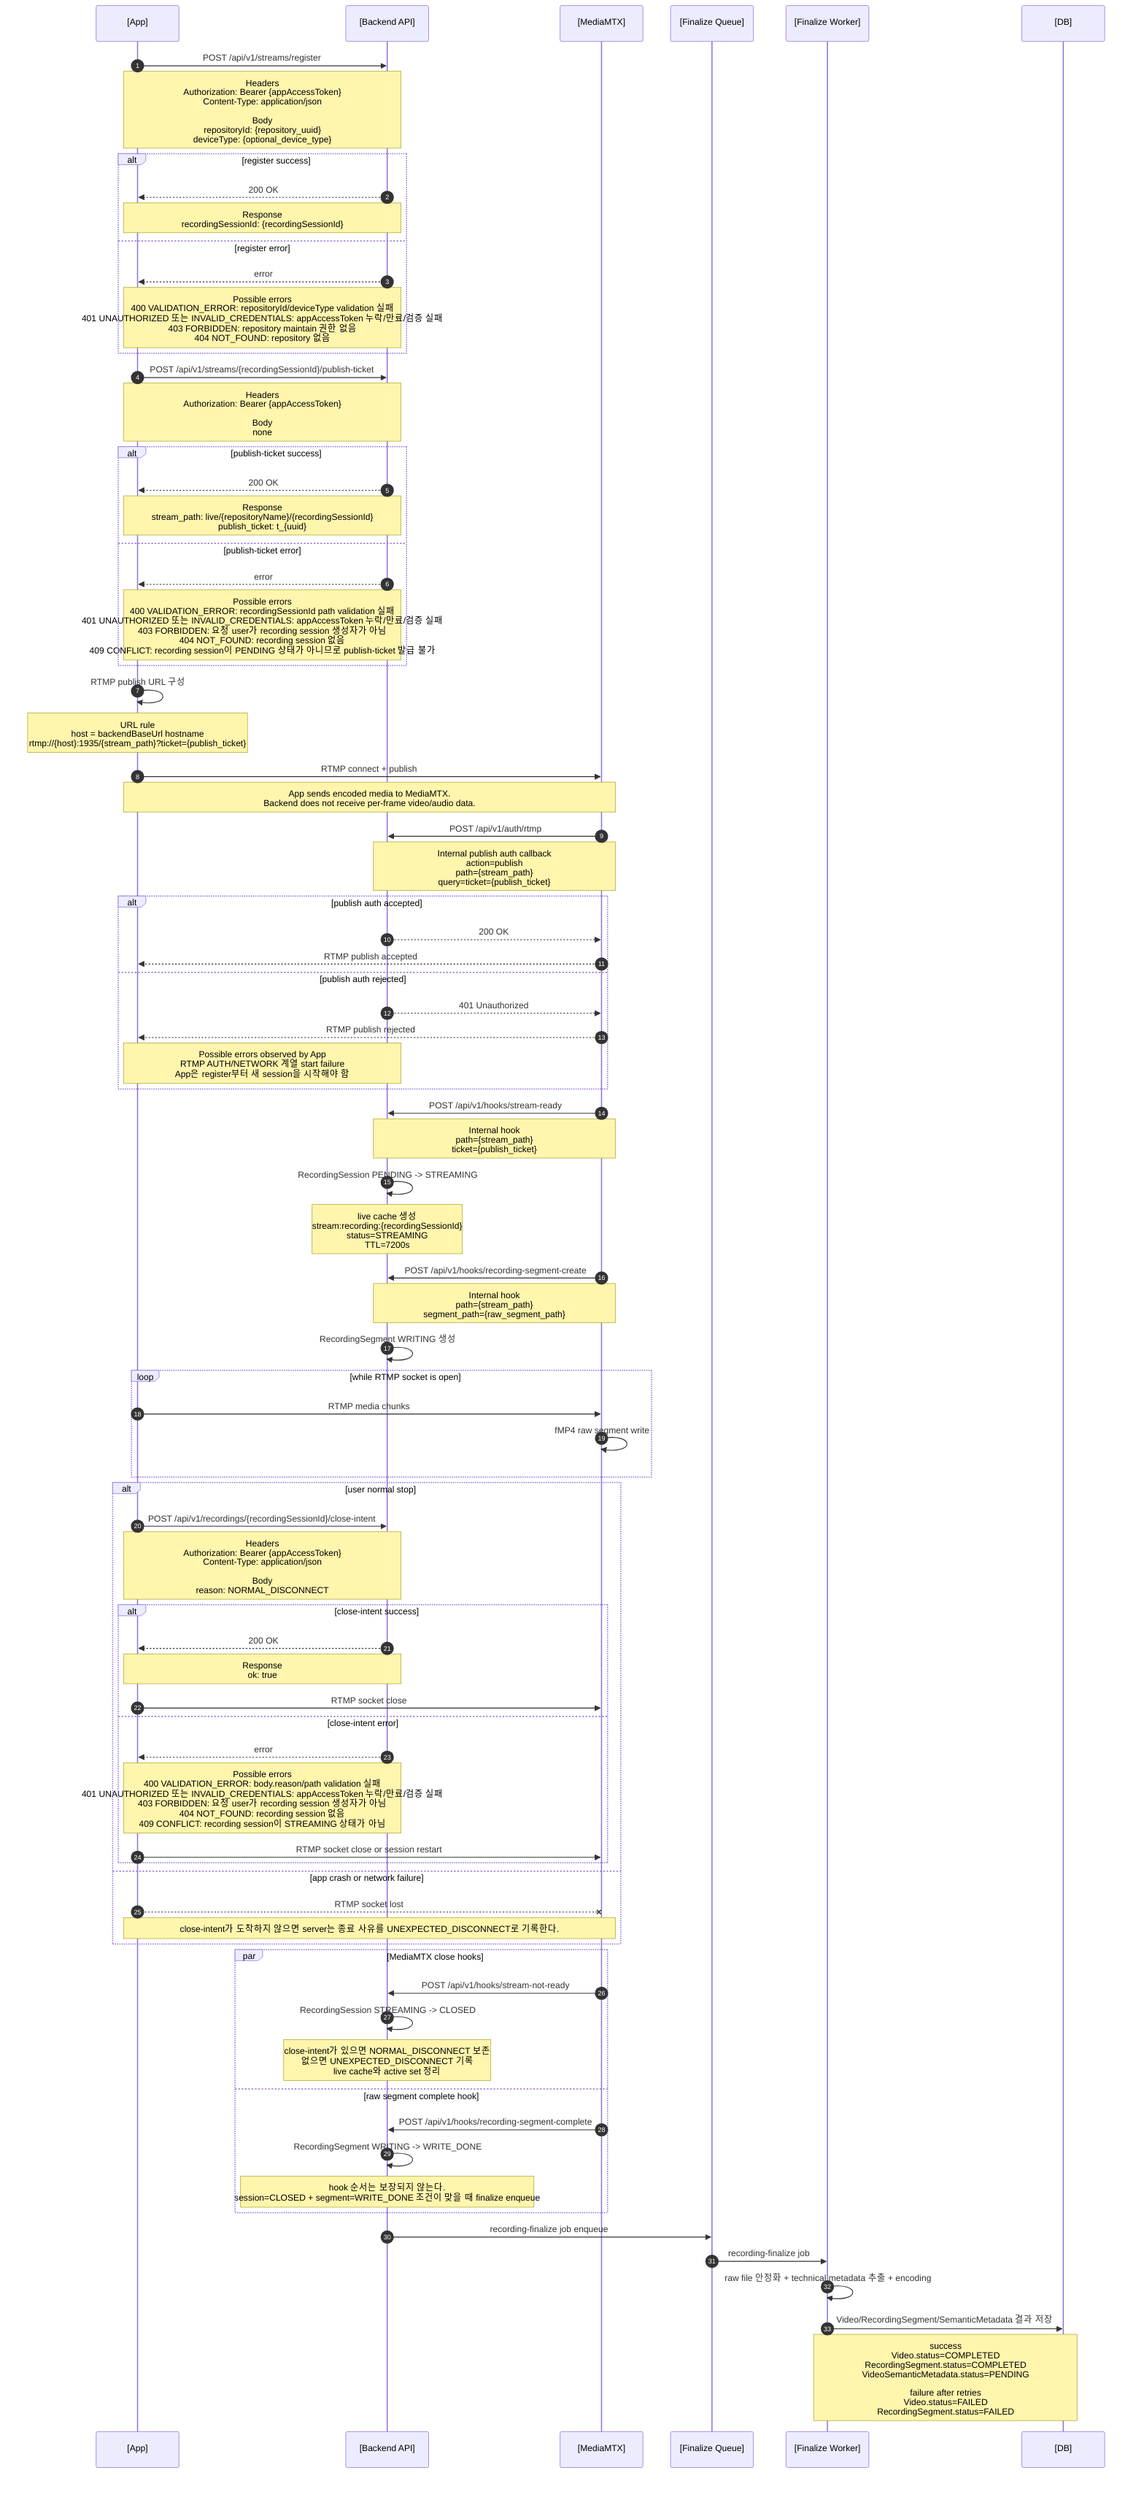
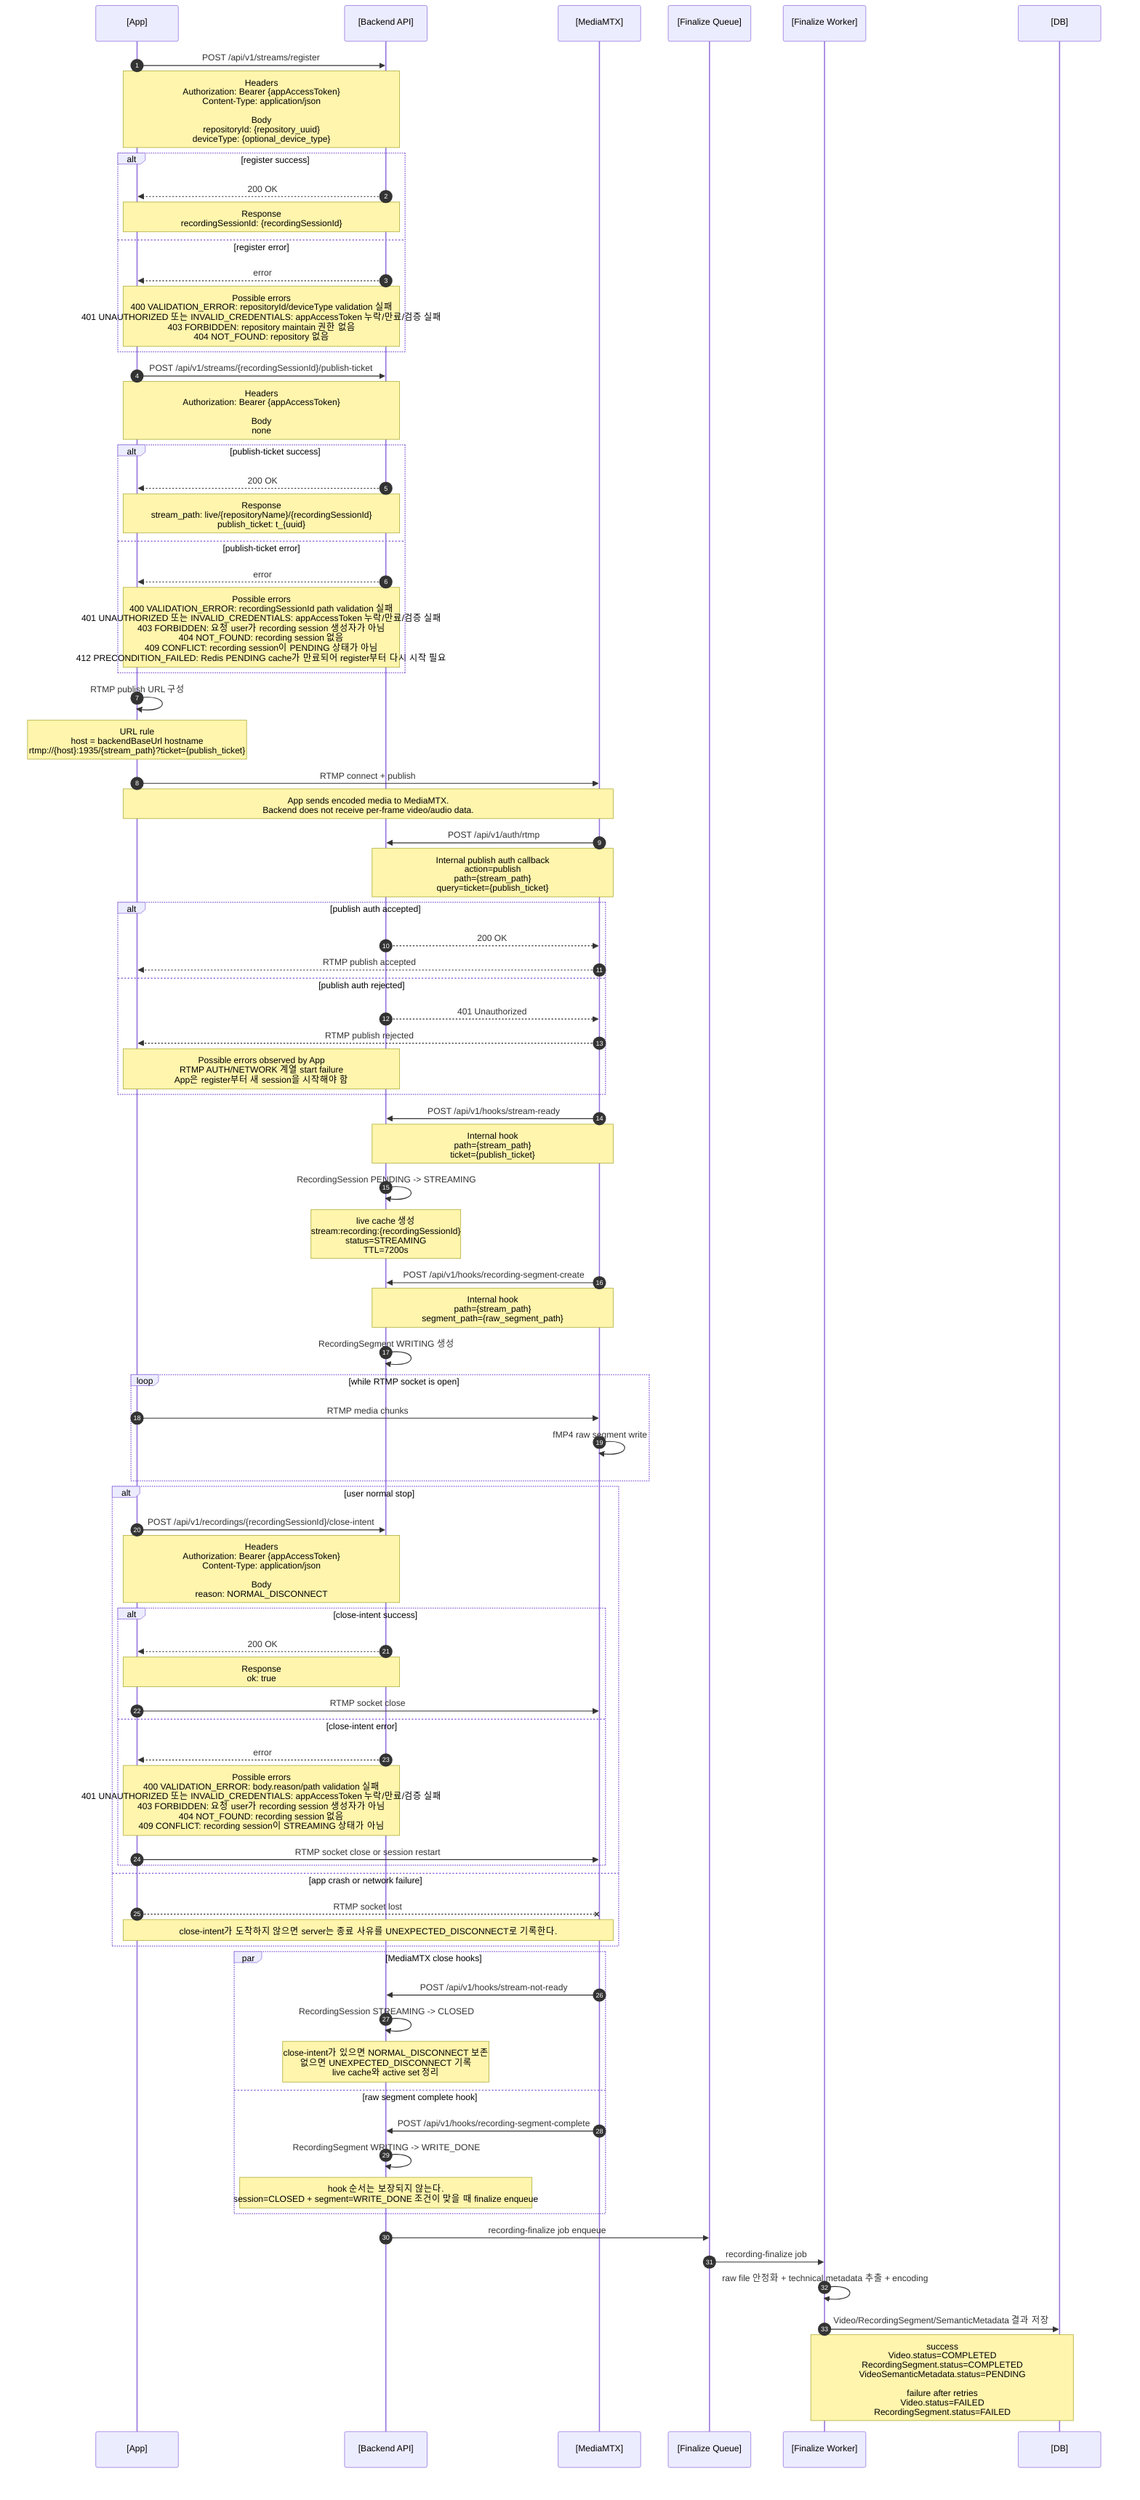
sequenceDiagram
  autonumber
  participant App as [App]
  participant Server as [Backend API]
  participant MTX as [MediaMTX]
  participant Queue as [Finalize Queue]
  participant Worker as [Finalize Worker]
  participant DB as [DB]

  App->>Server: POST /api/v1/streams/register
  Note over App,Server: Headers<br/>Authorization: Bearer {appAccessToken}<br/>Content-Type: application/json<br/><br/>Body<br/>repositoryId: {repository_uuid}<br/>deviceType: {optional_device_type}

  alt register success
    Server-->>App: 200 OK
    Note over App,Server: Response<br/>recordingSessionId: {recordingSessionId}
  else register error
    Server-->>App: error
    Note over App,Server: Possible errors<br/>400 VALIDATION_ERROR: repositoryId/deviceType validation 실패<br/>401 UNAUTHORIZED 또는 INVALID_CREDENTIALS: appAccessToken 누락/만료/검증 실패<br/>403 FORBIDDEN: repository maintain 권한 없음<br/>404 NOT_FOUND: repository 없음
  end

  App->>Server: POST /api/v1/streams/{recordingSessionId}/publish-ticket
  Note over App,Server: Headers<br/>Authorization: Bearer {appAccessToken}<br/><br/>Body<br/>none

  alt publish-ticket success
    Server-->>App: 200 OK
    Note over App,Server: Response<br/>stream_path: live/{repositoryName}/{recordingSessionId}<br/>publish_ticket: t_{uuid}
  else publish-ticket error
    Server-->>App: error
-     Note over App,Server: Possible errors<br/>400 VALIDATION_ERROR: recordingSessionId path validation 실패<br/>401 UNAUTHORIZED 또는 INVALID_CREDENTIALS: appAccessToken 누락/만료/검증 실패<br/>403 FORBIDDEN: 요청 user가 recording session 생성자가 아님<br/>404 NOT_FOUND: recording session 없음<br/>409 CONFLICT: recording session이 PENDING 상태가 아니므로 publish-ticket 발급 불가
+     Note over App,Server: Possible errors<br/>400 VALIDATION_ERROR: recordingSessionId path validation 실패<br/>401 UNAUTHORIZED 또는 INVALID_CREDENTIALS: appAccessToken 누락/만료/검증 실패<br/>403 FORBIDDEN: 요청 user가 recording session 생성자가 아님<br/>404 NOT_FOUND: recording session 없음<br/>409 CONFLICT: recording session이 PENDING 상태가 아님<br/>412 PRECONDITION_FAILED: Redis PENDING cache가 만료되어 register부터 다시 시작 필요
  end

  App->>App: RTMP publish URL 구성
  Note over App: URL rule<br/>host = backendBaseUrl hostname<br/>rtmp://{host}:1935/{stream_path}?ticket={publish_ticket}

  App->>MTX: RTMP connect + publish
  Note over App,MTX: App sends encoded media to MediaMTX.<br/>Backend does not receive per-frame video/audio data.

  MTX->>Server: POST /api/v1/auth/rtmp
  Note over MTX,Server: Internal publish auth callback<br/>action=publish<br/>path={stream_path}<br/>query=ticket={publish_ticket}

  alt publish auth accepted
    Server-->>MTX: 200 OK
    MTX-->>App: RTMP publish accepted
  else publish auth rejected
    Server-->>MTX: 401 Unauthorized
    MTX-->>App: RTMP publish rejected
    Note over App,Server: Possible errors observed by App<br/>RTMP AUTH/NETWORK 계열 start failure<br/>App은 register부터 새 session을 시작해야 함
  end

  MTX->>Server: POST /api/v1/hooks/stream-ready
  Note over MTX,Server: Internal hook<br/>path={stream_path}<br/>ticket={publish_ticket}
  Server->>Server: RecordingSession PENDING -> STREAMING
  Note over Server: live cache 생성<br/>stream:recording:{recordingSessionId}<br/>status=STREAMING<br/>TTL=7200s

  MTX->>Server: POST /api/v1/hooks/recording-segment-create
  Note over MTX,Server: Internal hook<br/>path={stream_path}<br/>segment_path={raw_segment_path}
  Server->>Server: RecordingSegment WRITING 생성

  loop while RTMP socket is open
    App->>MTX: RTMP media chunks
    MTX->>MTX: fMP4 raw segment write
  end

  alt user normal stop
    App->>Server: POST /api/v1/recordings/{recordingSessionId}/close-intent
    Note over App,Server: Headers<br/>Authorization: Bearer {appAccessToken}<br/>Content-Type: application/json<br/><br/>Body<br/>reason: NORMAL_DISCONNECT

    alt close-intent success
      Server-->>App: 200 OK
      Note over App,Server: Response<br/>ok: true
      App->>MTX: RTMP socket close
    else close-intent error
      Server-->>App: error
      Note over App,Server: Possible errors<br/>400 VALIDATION_ERROR: body.reason/path validation 실패<br/>401 UNAUTHORIZED 또는 INVALID_CREDENTIALS: appAccessToken 누락/만료/검증 실패<br/>403 FORBIDDEN: 요청 user가 recording session 생성자가 아님<br/>404 NOT_FOUND: recording session 없음<br/>409 CONFLICT: recording session이 STREAMING 상태가 아님
      App->>MTX: RTMP socket close or session restart
    end
  else app crash or network failure
    App--xMTX: RTMP socket lost
    Note over App,MTX: close-intent가 도착하지 않으면 server는 종료 사유를 UNEXPECTED_DISCONNECT로 기록한다.
  end

  par MediaMTX close hooks
    MTX->>Server: POST /api/v1/hooks/stream-not-ready
    Server->>Server: RecordingSession STREAMING -> CLOSED
    Note over Server: close-intent가 있으면 NORMAL_DISCONNECT 보존<br/>없으면 UNEXPECTED_DISCONNECT 기록<br/>live cache와 active set 정리
  and raw segment complete hook
    MTX->>Server: POST /api/v1/hooks/recording-segment-complete
    Server->>Server: RecordingSegment WRITING -> WRITE_DONE
    Note over Server: hook 순서는 보장되지 않는다.<br/>session=CLOSED + segment=WRITE_DONE 조건이 맞을 때 finalize enqueue
  end

  Server->>Queue: recording-finalize job enqueue
  Queue->>Worker: recording-finalize job
  Worker->>Worker: raw file 안정화 + technical metadata 추출 + encoding
  Worker->>DB: Video/RecordingSegment/SemanticMetadata 결과 저장
  Note over Worker,DB: success<br/>Video.status=COMPLETED<br/>RecordingSegment.status=COMPLETED<br/>VideoSemanticMetadata.status=PENDING<br/><br/>failure after retries<br/>Video.status=FAILED<br/>RecordingSegment.status=FAILED

%% 참고:
%% 이 문서는 App과 server-side streaming system 사이의 계약을 한 장으로 요약한다.
%% MediaMTX와 Finalize Worker는 server-side component이며, App이 직접 호출하는 HTTP API는 아니다.
%% 공통 error body shape:
%% { "error": { "code": "{ERROR_CODE}", "message": "{human_readable_message}", "details": {optional_details} } }
%% HTTP status code는 AppError.statusCode 또는 validation/auth middleware에서 결정된다.
%% App 계약:
%% App이 직접 호출하는 streaming HTTP API는 register, publish-ticket, close-intent다.
%% MediaMTX auth callback, MediaMTX hooks, finalize worker는 server-side 내부 흐름이며 App이 직접 호출하지 않는다.
%% App은 publish-ticket 응답의 stream_path와 publish_ticket만 사용해 RTMP publish URL을 만든다.
%% RTMP URL은 backendBaseUrl hostname, port 1935, returned stream_path, returned publish_ticket으로 구성한다.
%% App은 열린 RTMP publisher socket으로 encoded video/audio payload를 MediaMTX에 전송한다.
%% Backend는 per-frame video/audio data를 받지 않고 MediaMTX hook 이벤트와 worker job만 처리한다.
%% App은 legacy POST /api/v1/recordings/{recordingSessionId}/stop API를 호출하지 않는다.
%% App의 stop 버튼은 RTMP publisher connection을 바로 닫기 전에
%% POST /api/v1/recordings/{recordingSessionId}/close-intent 를 호출해야 한다.
%% close-intent body는 { "reason": "NORMAL_DISCONNECT" } 만 보낸다.
%% close-intent 200 OK 이후 RTMP publisher connection을 정상 close한다.
%% close-intent는 RecordingSession.status를 바꾸지 않는 STREAMING self-loop이다.
%% close-intent가 먼저 도착한 경우 stream-not-ready는 NORMAL_DISCONNECT를 보존한다.
%% close-intent 호출 실패 또는 app crash/network failure로 close-intent가 누락되면
%% Backend는 stream-not-ready/reconcile 시 UNEXPECTED_DISCONNECT로 기록한다.
%% MediaMTX stream-not-ready hook payload만으로 정상 close와 crash/reset/timeout을 정확히 구분하지 않는다.
%% App은 streaming 재시작 시 기존 recordingSessionId나 publish_ticket을 직접 재사용하지 않고 register부터 다시 호출한다.
%% register 이후 RTMP publish 전에 이탈했다면 같은 PENDING session이 재사용될 수 있다.
%% PENDING session이 재사용되더라도 이전 publish_ticket은 버리고 새 publish-ticket을 발급받아 사용한다.
%% RTMP publish 이후 STREAMING이 된 session은 재사용하지 않으며, 새 register는 새 PENDING session을 만든다.
%% App은 단일 streaming session의 최장 길이를 30분으로 제한한다. 이 제한은 backend가 강제하지 않는 app contract다.
%% 현재 구조에서는 App이 단일 recording session을 짧게 유지하는 전제이므로 정상 흐름의 segment rollover는 App 계약에서 다루지 않는다.
%% 상세 RTMP publish 인증 및 stream-ready 흐름은 .mermaid/3.rtmp-publish.mmd를 참고한다.
%% 상세 RTMP media 전송, hook race, finalize retry 흐름은 .mermaid/4.rtmp-stream.mmd를 참고한다.
